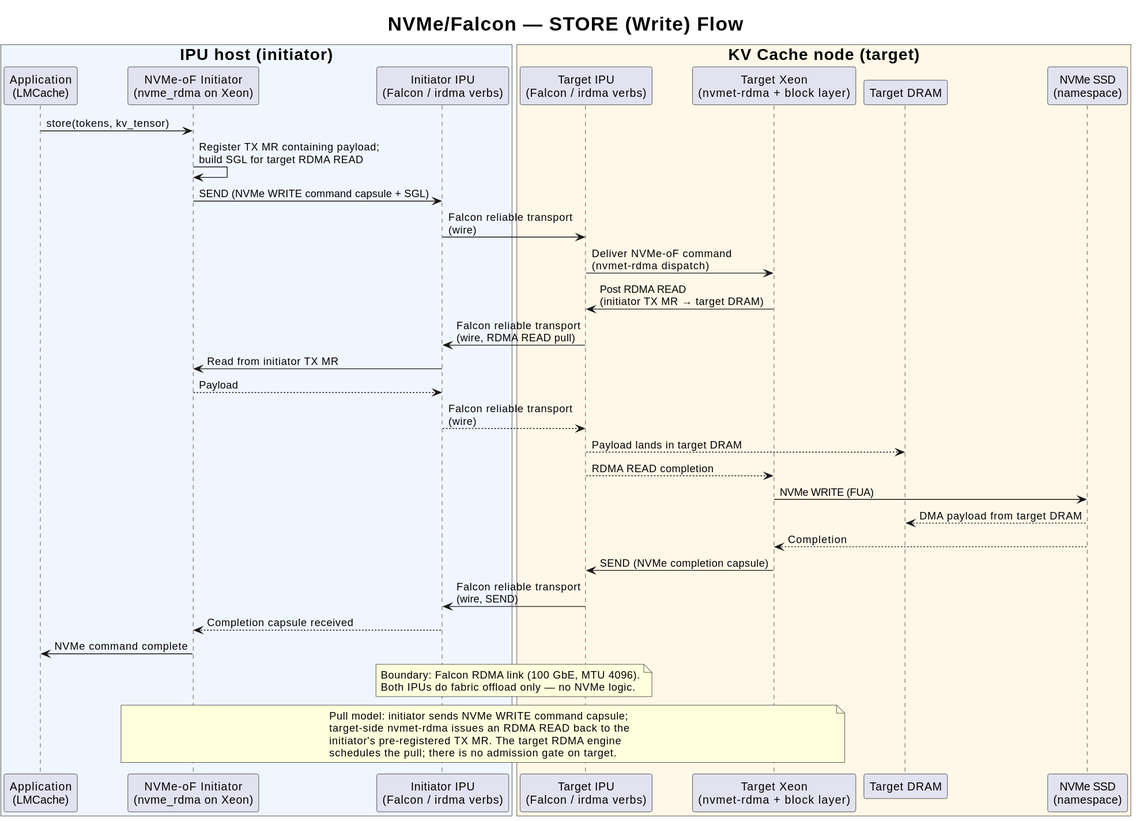
This is docs/design/v1/platform/ipu-poc/diagrams/architecture-a-nvmeof-falcon-store-flow.svg from tsg-/LMCache, a PlantUML export, as it was before one commit.
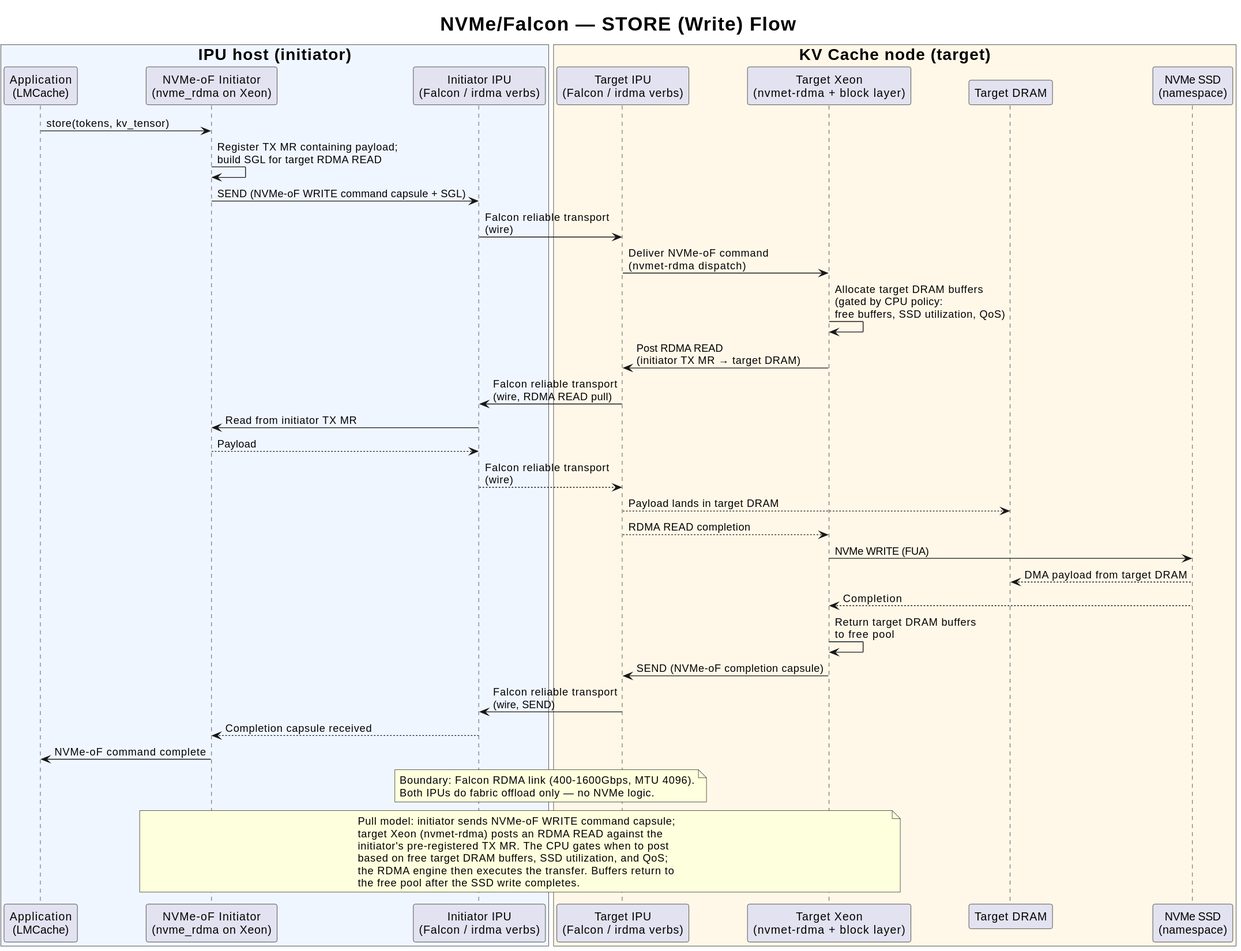
After the change.

Commit message:
docs(alt): refine Falcon flow diagrams — NVMe-oF terminology, DRAM buffer gating, 400-1600Gbps link

The edit, as a diff of the source:
```diff
@@ -17,10 +17,11 @@
 
 APP -> INIT: store(tokens, kv_tensor)
 INIT -> INIT: Register TX MR containing payload;\nbuild SGL for target RDMA READ
-INIT -> IFAL: SEND (NVMe WRITE command capsule + SGL)
+INIT -> IFAL: SEND (NVMe-oF WRITE command capsule + SGL)
 IFAL -> TFAL: Falcon reliable transport\n(wire)
 TFAL -> CPU: Deliver NVMe-oF command\n(nvmet-rdma dispatch)
 
+CPU -> CPU: Allocate target DRAM buffers\n(gated by CPU policy:\nfree buffers, SSD utilization, QoS)
 CPU -> TFAL: Post RDMA READ\n(initiator TX MR → target DRAM)
 TFAL -> IFAL: Falcon reliable transport\n(wire, RDMA READ pull)
 IFAL -> INIT: Read from initiator TX MR
@@ -32,22 +33,25 @@
 CPU -> SSD: NVMe WRITE (FUA)
 SSD --> TDDR: DMA payload from target DRAM
 SSD --> CPU: Completion
+CPU -> CPU: Return target DRAM buffers\nto free pool
 
-CPU -> TFAL: SEND (NVMe completion capsule)
+CPU -> TFAL: SEND (NVMe-oF completion capsule)
 TFAL -> IFAL: Falcon reliable transport\n(wire, SEND)
 IFAL --> INIT: Completion capsule received
 
-INIT -> APP: NVMe command complete
+INIT -> APP: NVMe-oF command complete
 
 note over IFAL, TFAL
-  Boundary: Falcon RDMA link (100 GbE, MTU 4096).
+  Boundary: Falcon RDMA link (400-1600Gbps, MTU 4096).
   Both IPUs do fabric offload only — no NVMe logic.
 end note
 
 note over CPU, INIT
-  Pull model: initiator sends NVMe WRITE command capsule;
-  target-side nvmet-rdma issues an RDMA READ back to the
-  initiator's pre-registered TX MR. The target RDMA engine
-  schedules the pull; there is no admission gate on target.
+  Pull model: initiator sends NVMe-oF WRITE command capsule;
+  target Xeon (nvmet-rdma) posts an RDMA READ against the
+  initiator's pre-registered TX MR. The CPU gates when to post
+  based on free target DRAM buffers, SSD utilization, and QoS;
+  the RDMA engine then executes the transfer. Buffers return to
+  the free pool after the SSD write completes.
 end note
 @enduml
```
